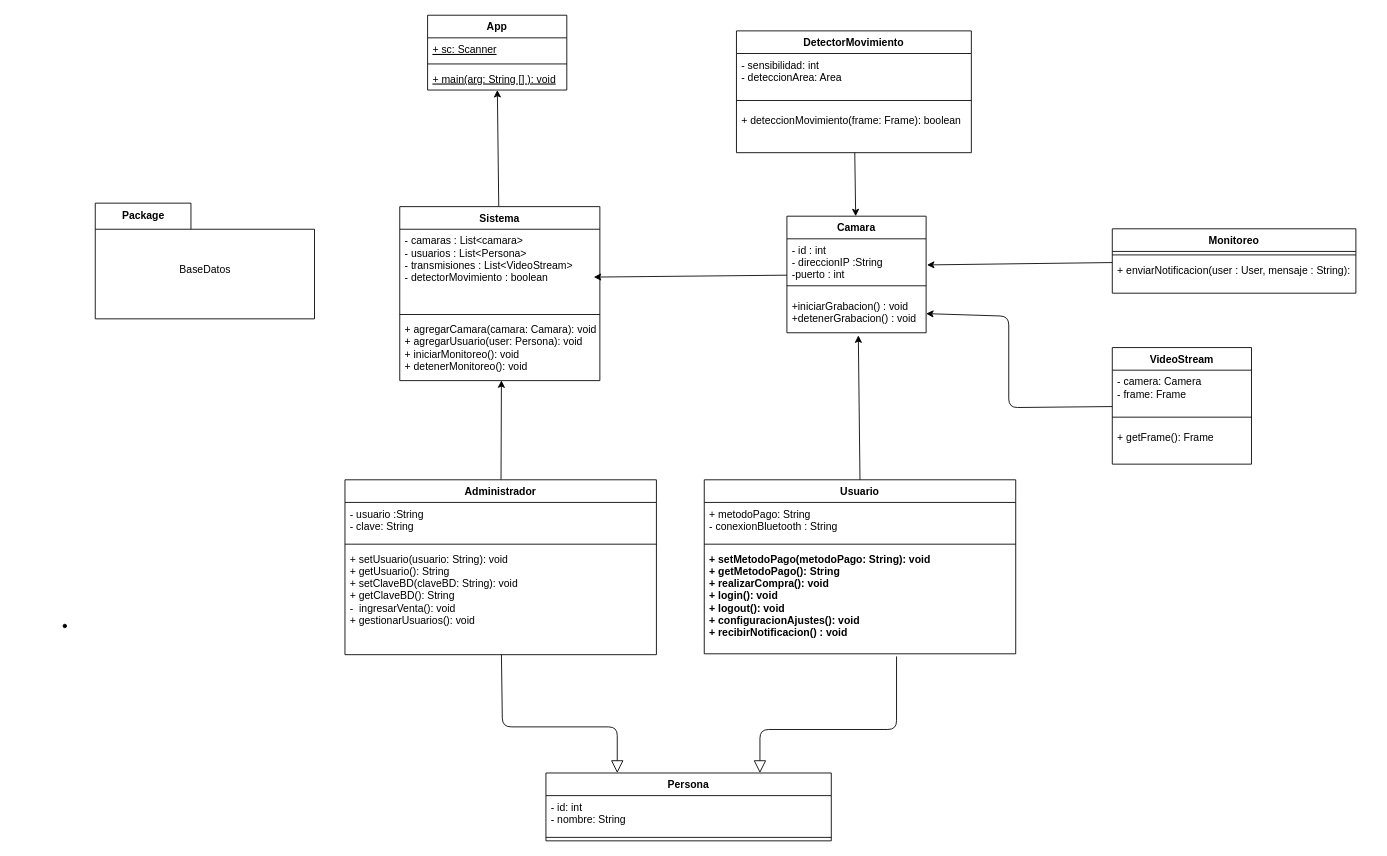
Chrissisx/prjSistemaSeguridadDomestica keeps this draw.io diagram as design/DC.DIO. Above is the earlier version. Source tidied: cells renumbered, new cells numbered last; positions are measured from the earlier drawing's top-left corner, leaving out a move shared by most shapes. Both pictures are drawn from the tidied source at 87%, with x=0, y=0 at pixel (63, 15).
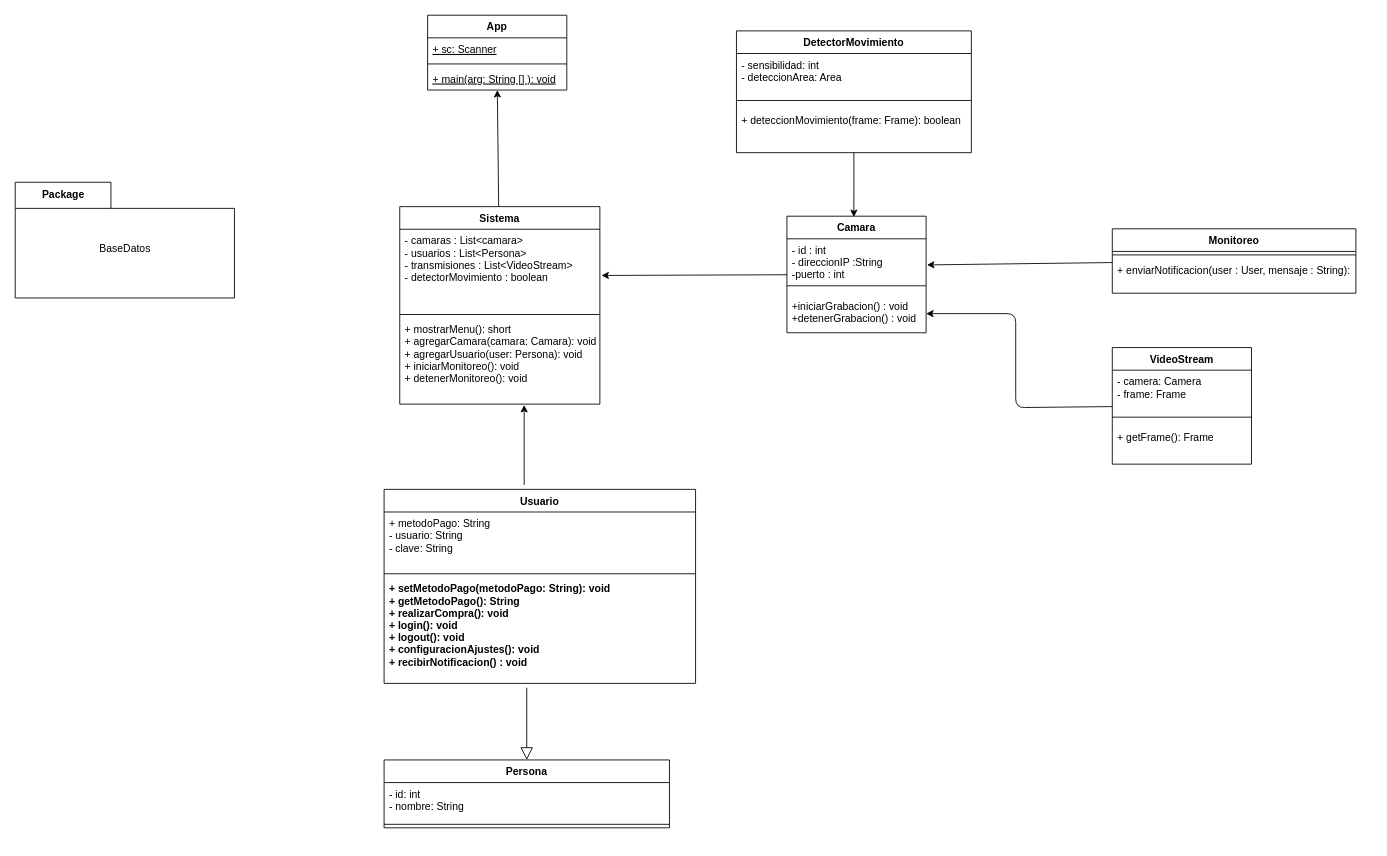
After the change.

The change refers to these unchanged cells:
```xml
<mxCell id="3" value="Camara" style="swimlane;fontStyle=1;align=center;verticalAlign=top;horizontal=1;startSize=26;" parent="1" vertex="1">
  <mxGeometry x="832" y="231" width="160" height="134" as="geometry" />
</mxCell>
<mxCell id="6" value="+iniciarGrabacion() : void&#10;+detenerGrabacion() : void" style="text;strokeColor=none;fillColor=none;align=left;verticalAlign=top;spacingLeft=4;spacingRight=4;overflow=hidden;points=[[0,0.5],[1,0.5]];portConstraint=eastwest;" parent="3" vertex="1">
  <mxGeometry y="90" width="160" height="44" as="geometry" />
</mxCell>
<mxCell id="12" value="VideoStream" style="swimlane;fontStyle=1;align=center;verticalAlign=top;horizontal=1;startSize=26;" parent="1" vertex="1">
  <mxGeometry x="1206" y="382" width="160" height="134" as="geometry" />
</mxCell>
<mxCell id="17" value="DetectorMovimiento" style="swimlane;fontStyle=1;align=center;verticalAlign=top;horizontal=1;startSize=26;" parent="1" vertex="1">
  <mxGeometry x="774" y="18" width="270" height="140" as="geometry" />
</mxCell>
<mxCell id="27" value="- camaras : List&lt;camara&gt;&#10;- usuarios : List&lt;Persona&gt;&#10;- transmisiones : List&lt;VideoStream&gt;&#10;- detectorMovimiento : boolean&#10;" style="text;strokeColor=none;fillColor=none;align=left;verticalAlign=top;spacingLeft=4;spacingRight=4;overflow=hidden;points=[[0,0.5],[1,0.5]];portConstraint=eastwest;" parent="26" vertex="1">
  <mxGeometry y="26" width="230" height="94" as="geometry" />
</mxCell>
```

What changed in the source:
```diff
@@
-    <mxCell id="2" style="edgeStyle=none;html=1;" parent="1" edge="1" source="3">
-      <mxGeometry relative="1" as="geometry">
-        <mxPoint x="610" y="301" as="targetPoint" />
-      </mxGeometry>
+    <mxCell id="2" style="edgeStyle=none;html=1;entryX=1.008;entryY=0.565;entryDx=0;entryDy=0;entryPerimeter=0;" parent="1" edge="1" source="3" target="27">
+      <mxGeometry relative="1" as="geometry" />
     </mxCell>
@@
     <mxCell id="11" style="edgeStyle=none;html=1;entryX=1;entryY=0.5;entryDx=0;entryDy=0;" parent="1" edge="1" source="12" target="6">
       <mxGeometry relative="1" as="geometry">
         <Array as="points">
-          <mxPoint x="1087" y="451" />
-          <mxPoint x="1087" y="346" />
+          <mxPoint x="1095" y="451" />
+          <mxPoint x="1095" y="343" />
         </Array>
       </mxGeometry>
     </mxCell>
@@
-    <mxCell id="16" style="edgeStyle=none;html=1;" parent="1" edge="1" source="17" target="3">
+    <mxCell id="16" style="edgeStyle=none;html=1;entryX=0.481;entryY=0.007;entryDx=0;entryDy=0;entryPerimeter=0;" parent="1" edge="1" source="17" target="3">
       <mxGeometry relative="1" as="geometry" />
     </mxCell>
@@
     <mxCell id="26" value="Sistema" style="swimlane;fontStyle=1;align=center;verticalAlign=top;horizontal=1;startSize=26;" parent="1" vertex="1">
-      <mxGeometry x="387" y="220" width="230" height="200" as="geometry" />
+      <mxGeometry x="387" y="220" width="230" height="227" as="geometry" />
     </mxCell>
@@
-    <mxCell id="29" value="+ agregarCamara(camara: Camara): void &#10;+ agregarUsuario(user: Persona): void &#10;+ iniciarMonitoreo(): void &#10;+ detenerMonitoreo(): void    " style="text;strokeColor=none;fillColor=none;align=left;verticalAlign=top;spacingLeft=4;spacingRight=4;overflow=hidden;points=[[0,0.5],[1,0.5]];portConstraint=eastwest;" parent="26" vertex="1">
-      <mxGeometry y="128" width="230" height="72" as="geometry" />
+    <mxCell id="29" value="+ mostrarMenu(): short&#10;+ agregarCamara(camara: Camara): void &#10;+ agregarUsuario(user: Persona): void &#10;+ iniciarMonitoreo(): void &#10;+ detenerMonitoreo(): void    " style="text;strokeColor=none;fillColor=none;align=left;verticalAlign=top;spacingLeft=4;spacingRight=4;overflow=hidden;points=[[0,0.5],[1,0.5]];portConstraint=eastwest;" parent="26" vertex="1">
+      <mxGeometry y="128" width="230" height="99" as="geometry" />
     </mxCell>
+    <mxCell id="48" style="edgeStyle=none;html=1;" parent="1" edge="1">
+      <mxGeometry relative="1" as="geometry">
+        <mxPoint x="530" y="540" as="sourcePoint" />
+        <mxPoint x="530" y="448" as="targetPoint" />
+      </mxGeometry>
+    </mxCell>
     <mxCell id="30" value="Usuario" style="swimlane;fontStyle=1;align=center;verticalAlign=top;horizontal=1;startSize=26;" parent="1" vertex="1">
-      <mxGeometry x="737" y="534" width="358" height="200" as="geometry" />
+      <mxGeometry x="369" y="545" width="358" height="223" as="geometry" />
     </mxCell>
-    <mxCell id="31" value="+ metodoPago: String&#10;- conexionBluetooth : String" style="text;strokeColor=none;fillColor=none;align=left;verticalAlign=top;spacingLeft=4;spacingRight=4;overflow=hidden;" parent="30" vertex="1">
-      <mxGeometry y="26" width="358" height="44" as="geometry" />
+    <mxCell id="31" value="+ metodoPago: String&#10;- usuario: String&#10;- clave: String" style="text;strokeColor=none;fillColor=none;align=left;verticalAlign=top;spacingLeft=4;spacingRight=4;overflow=hidden;" parent="30" vertex="1">
+      <mxGeometry y="26" width="358" height="67" as="geometry" />
     </mxCell>
     <mxCell id="32" style="line;strokeWidth=1;fillColor=none;align=left;verticalAlign=middle;spacingTop=-1;spacingLeft=3;spacingRight=3;labelPosition=right;strokeColor=inherit;" parent="30" vertex="1">
-      <mxGeometry y="70" width="358" height="8" as="geometry" />
+      <mxGeometry y="93" width="358" height="8" as="geometry" />
     </mxCell>
-    <mxCell id="33" value="+ setMetodoPago(metodoPago: String): void&#10;+ getMetodoPago(): String&#10;+ realizarCompra(): void&#10;+ login(): void&#10;+ logout(): void &#10;+ configuracionAjustes(): void&#10;+ recibirNotificacion() : void &#10;&#10;&#10;" style="text;strokeColor=none;fillColor=none;align=left;verticalAlign=top;spacingLeft=4;spacingRight=4;overflow=hidden;points=[[0,0.5],[1,0.5]];portConstraint=eastwest;fontStyle=1;" parent="30" vertex="1">
-      <mxGeometry y="78" width="358" height="122" as="geometry" />
+    <mxCell id="33" value="+ setMetodoPago(metodoPago: String): void&#10;+ getMetodoPago(): String&#10;+ realizarCompra(): void&#10;+ login(): void&#10;+ logout(): void &#10;+ configuracionAjustes(): void&#10;+ recibirNotificacion() : void &#10;&#10;&#10;&#10;" style="text;strokeColor=none;fillColor=none;align=left;verticalAlign=top;spacingLeft=4;spacingRight=4;overflow=hidden;points=[[0,0.5],[1,0.5]];portConstraint=eastwest;fontStyle=1;" parent="30" vertex="1">
+      <mxGeometry y="101" width="358" height="122" as="geometry" />
     </mxCell>
-    <mxCell id="34" style="edgeStyle=none;html=1;entryX=0.508;entryY=0.996;entryDx=0;entryDy=0;entryPerimeter=0;" parent="1" edge="1" source="35" target="29">
-      <mxGeometry relative="1" as="geometry" />
-    </mxCell>
-    <mxCell id="35" value="Administrador" style="swimlane;fontStyle=1;align=center;verticalAlign=top;horizontal=1;startSize=26;" parent="1" vertex="1">
-      <mxGeometry x="324" y="534" width="358" height="201" as="geometry" />
-    </mxCell>
-    <mxCell id="36" value="- usuario :String&#10;- clave: String" style="text;strokeColor=none;fillColor=none;align=left;verticalAlign=top;spacingLeft=4;spacingRight=4;overflow=hidden;" parent="35" vertex="1">
-      <mxGeometry y="26" width="358" height="44" as="geometry" />
-    </mxCell>
-    <mxCell id="37" style="line;strokeWidth=1;fillColor=none;align=left;verticalAlign=middle;spacingTop=-1;spacingLeft=3;spacingRight=3;labelPosition=right;strokeColor=inherit;" parent="35" vertex="1">
-      <mxGeometry y="70" width="358" height="8" as="geometry" />
-    </mxCell>
-    <mxCell id="38" value="+ setUsuario(usuario: String): void&#10;+ getUsuario(): String&#10;+ setClaveBD(claveBD: String): void&#10;+ getClaveBD(): String&#10;-  ingresarVenta(): void&#10;+ gestionarUsuarios(): void" style="text;strokeColor=none;fillColor=none;align=left;verticalAlign=top;spacingLeft=4;spacingRight=4;overflow=hidden;points=[[0,0.5],[1,0.5]];portConstraint=eastwest;" parent="35" vertex="1">
-      <mxGeometry y="78" width="358" height="123" as="geometry" />
-    </mxCell>
     <mxCell id="39" value="Persona" style="swimlane;fontStyle=1;align=center;verticalAlign=top;horizontal=1;startSize=26;" parent="1" vertex="1">
-      <mxGeometry x="555" y="871" width="328" height="78" as="geometry" />
+      <mxGeometry x="369" y="856" width="328" height="78" as="geometry" />
     </mxCell>
@@
-    <mxCell id="42" style="ellipse;html=1;fillColor=strokeColor;" parent="1" vertex="1">
-      <mxGeometry y="700" width="4" height="4" as="geometry" />
-    </mxCell>
-    <mxCell id="43" style="endArrow=block;endFill=0;endSize=12;html=1;entryX=0.75;entryY=0;entryDx=0;entryDy=0;" parent="1" edge="1" target="39">
-      <mxGeometry relative="1" as="geometry">
-        <mxPoint x="958" y="737" as="sourcePoint" />
-        <Array as="points">
-          <mxPoint x="958" y="821" />
-          <mxPoint x="801" y="821" />
-        </Array>
-      </mxGeometry>
+    <mxCell id="43" style="endArrow=block;endFill=0;endSize=12;html=1;entryX=0.5;entryY=0;entryDx=0;entryDy=0;exitX=0.458;exitY=1.041;exitDx=0;exitDy=0;exitPerimeter=0;" parent="1" edge="1" source="33" target="39">
+      <mxGeometry relative="1" as="geometry" />
     </mxCell>
-    <mxCell id="44" style="endArrow=block;endFill=0;endSize=12;html=1;entryX=0.25;entryY=0;entryDx=0;entryDy=0;" parent="1" edge="1" source="38" target="39">
-      <mxGeometry relative="1" as="geometry">
-        <Array as="points">
-          <mxPoint x="505" y="818" />
-          <mxPoint x="637" y="818" />
-        </Array>
-      </mxGeometry>
-    </mxCell>
     <mxCell id="45" value="Package" style="shape=folder;fontStyle=1;tabWidth=110;tabHeight=30;tabPosition=left;html=1;boundedLbl=1;labelInHeader=1;" parent="1" vertex="1">
-      <mxGeometry x="37" y="216" width="252" height="133" as="geometry" />
+      <mxGeometry x="-55" y="192" width="252" height="133" as="geometry" />
     </mxCell>
@@
-    <mxCell id="47" style="edgeStyle=none;html=1;entryX=0.513;entryY=1.068;entryDx=0;entryDy=0;entryPerimeter=0;exitX=0.5;exitY=0;exitDx=0;exitDy=0;" parent="1" edge="1" source="30" target="6">
-      <mxGeometry relative="1" as="geometry" />
-    </mxCell>
```
